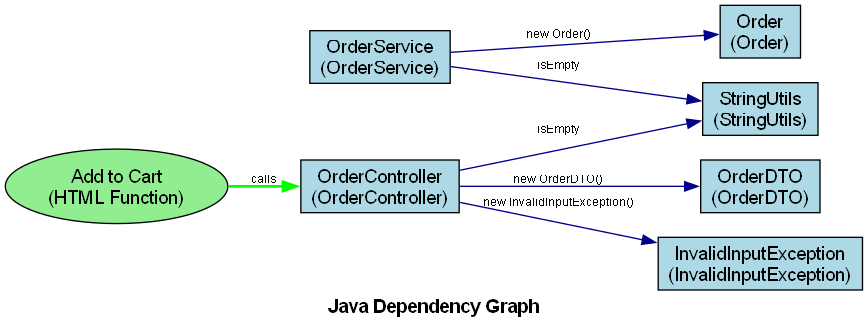
Before: dependencies.png, a diagram exported from Graphviz (tudao164/DependGraphForJava2). Its source is kept beside it as dependencies.dot.
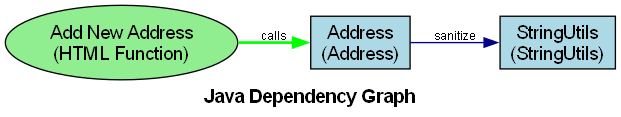
Above is the later version.

What changed in the source:
```diff
@@ -4,19 +4,11 @@
     edge [fontname="Arial", fontsize=9, color=darkblue];
     graph [fontname="Arial Bold", fontsize=14, label="Java Dependency Graph"];
 
-    "Order" [label="Order\n(Order)", URL="javascript:showNodeInfo('Order')", fillcolor="lightblue"];
-    "OrderService" [label="OrderService\n(OrderService)", URL="javascript:showNodeInfo('OrderService')", fillcolor="lightblue"];
-    "OrderDTO" [label="OrderDTO\n(OrderDTO)", URL="javascript:showNodeInfo('OrderDTO')", fillcolor="lightblue"];
-    "OrderController" [label="OrderController\n(OrderController)", URL="javascript:showNodeInfo('OrderController')", fillcolor="lightblue"];
     "StringUtils" [label="StringUtils\n(StringUtils)", URL="javascript:showNodeInfo('StringUtils')", fillcolor="lightblue"];
-    "InvalidInputException" [label="InvalidInputException\n(InvalidInputException)", URL="javascript:showNodeInfo('InvalidInputException')", fillcolor="lightblue"];
+    "Address" [label="Address\n(Address)", URL="javascript:showNodeInfo('Address')", fillcolor="lightblue"];
 
-    "OrderController" -> "StringUtils" [label="isEmpty", URL="javascript:showEdgeInfo('OrderController', 'StringUtils')"];
-    "OrderController" -> "InvalidInputException" [label="new InvalidInputException()", URL="javascript:showEdgeInfo('OrderController', 'InvalidInputException')"];
-    "OrderController" -> "OrderDTO" [label="new OrderDTO()", URL="javascript:showEdgeInfo('OrderController', 'OrderDTO')"];
-    "OrderService" -> "StringUtils" [label="isEmpty", URL="javascript:showEdgeInfo('OrderService', 'StringUtils')"];
-    "OrderService" -> "Order" [label="new Order()", URL="javascript:showEdgeInfo('OrderService', 'Order')"];
+    "Address" -> "StringUtils" [label="sanitize", URL="javascript:showEdgeInfo('Address', 'StringUtils')"];
 
-    "HTML_Add_to_Cart" [label="Add to Cart\n(HTML Function)", URL="javascript:showNodeInfo('HTML_Add_to_Cart')", fillcolor="lightgreen", shape="ellipse"];
-    "HTML_Add_to_Cart" -> "OrderController" [label="calls", URL="javascript:showEdgeInfo('HTML_Add_to_Cart', 'OrderController')", color="green", style="bold"];
+    "HTML_Add_New_Address" [label="Add New Address\n(HTML Function)", URL="javascript:showNodeInfo('HTML_Add_New_Address')", fillcolor="lightgreen", shape="ellipse"];
+    "HTML_Add_New_Address" -> "Address" [label="calls", URL="javascript:showEdgeInfo('HTML_Add_New_Address', 'Address')", color="green", style="bold"];
 }
```
